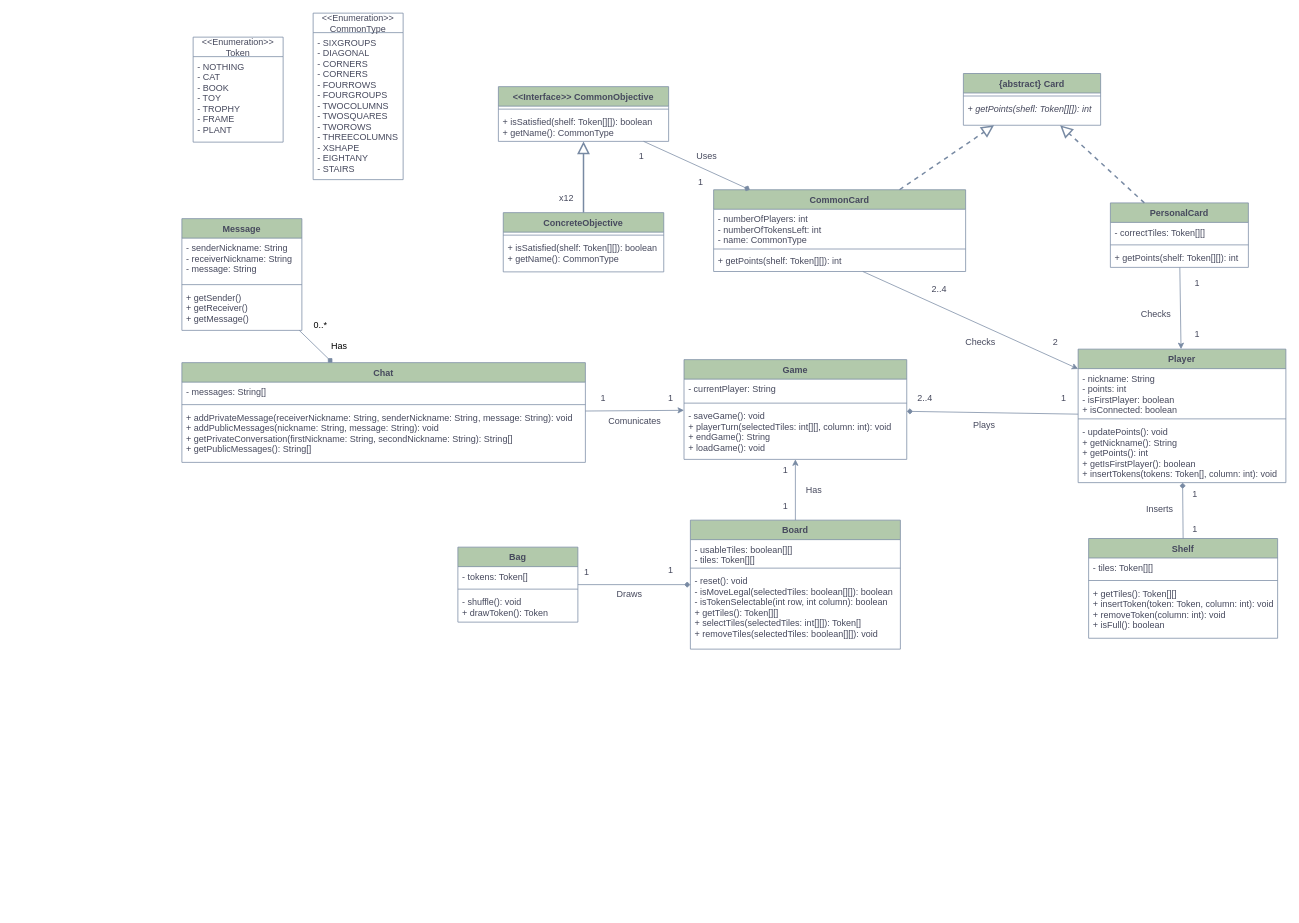
GabrieleGessaghi/ing-sw-2023-gessaghi-fontanive-giuliani-galante keeps this draw.io diagram as class_diagram.drawio. Above is the earlier version. Source tidied: cells renumbered, new cells numbered last; positions are measured from the earlier drawing's top-left corner, leaving out a move shared by most shapes. Both pictures are drawn from the tidied source at 75%, with x=0, y=0 at pixel (182, 13).
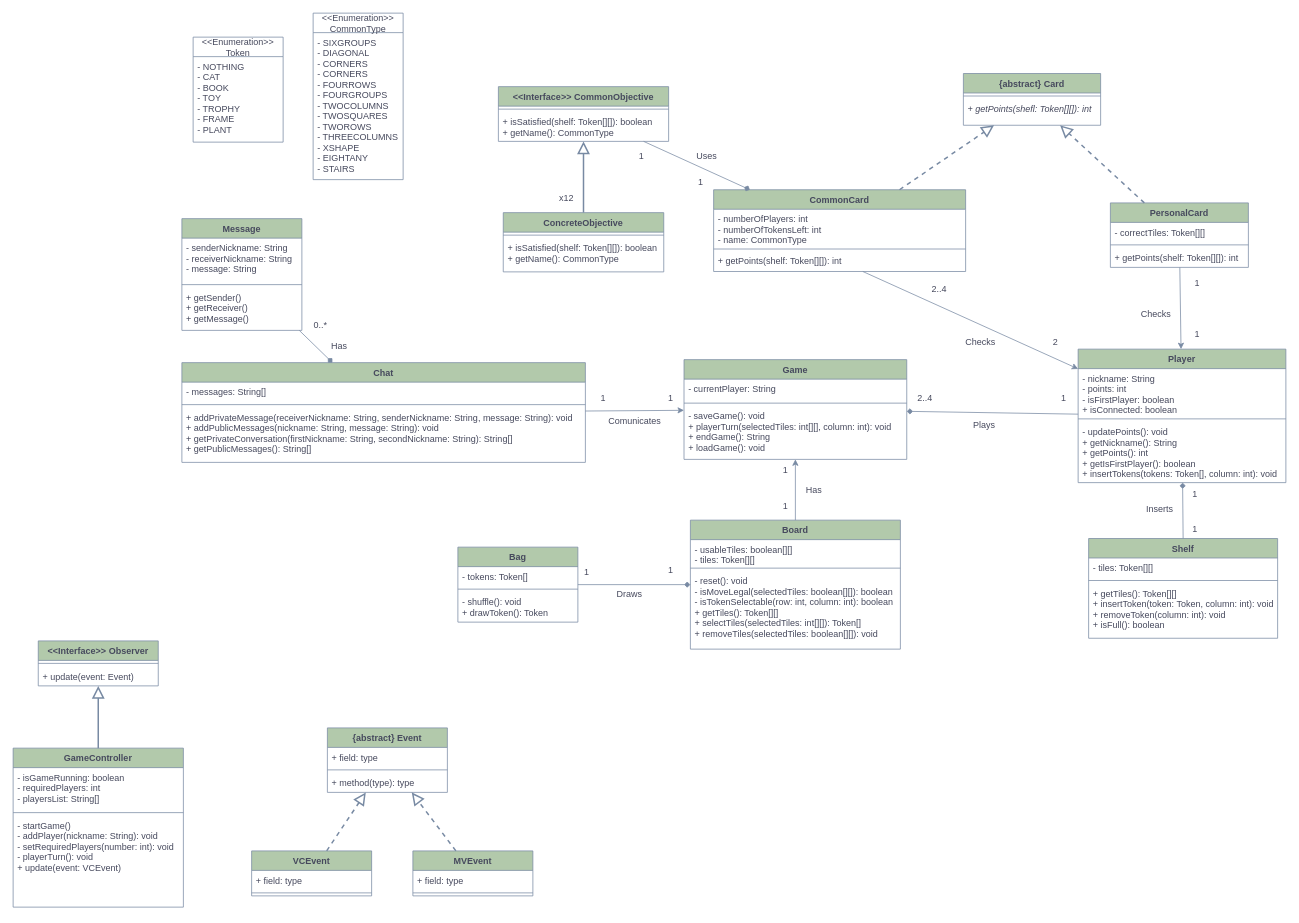
The same diagram, later.

Unchanged cells that the change refers to:
```xml
<mxCell id="16" value="Board" style="swimlane;fontStyle=1;align=center;verticalAlign=top;horizontal=1;startSize=26;labelBackgroundColor=none;fillColor=#B2C9AB;strokeColor=#788AA3;fontColor=#46495D;" parent="1" vertex="1">
  <mxGeometry x="678" y="676" width="280" height="172" as="geometry" />
</mxCell>
<mxCell id="74" value="Chat" style="swimlane;fontStyle=1;align=center;verticalAlign=top;horizontal=1;startSize=26;strokeColor=#788AA3;fontColor=#46495D;fillColor=#B2C9AB;labelBackgroundColor=none;" parent="1" vertex="1">
  <mxGeometry y="466" width="538" height="133" as="geometry" />
</mxCell>
<mxCell id="82" value="Message" style="swimlane;fontStyle=1;align=center;verticalAlign=top;horizontal=1;startSize=26;labelBackgroundColor=none;fillColor=#B2C9AB;strokeColor=#788AA3;fontColor=#46495D;" parent="1" vertex="1">
  <mxGeometry y="274" width="160" height="149" as="geometry" />
</mxCell>
```

What changed in the source:
```diff
@@
-    <mxCell id="19" value="- reset(): void&#10;- isMoveLegal(selectedTiles: boolean[][]): boolean&#10;- isTokenSelectable(int row, int column): boolean&#10;+ getTiles(): Token[][]&#10;+ selectTiles(selectedTiles: int[][]): Token[]&#10;+ removeTiles(selectedTiles: boolean[][]): void" style="text;strokeColor=none;fillColor=none;align=left;verticalAlign=top;spacingLeft=4;spacingRight=4;overflow=hidden;labelBackgroundColor=none;fontColor=#46495D;" parent="16" vertex="1">
+    <mxCell id="19" value="- reset(): void&#10;- isMoveLegal(selectedTiles: boolean[][]): boolean&#10;- isTokenSelectable(row: int, column: int): boolean&#10;+ getTiles(): Token[][]&#10;+ selectTiles(selectedTiles: int[][]): Token[]&#10;+ removeTiles(selectedTiles: boolean[][]): void" style="text;strokeColor=none;fillColor=none;align=left;verticalAlign=top;spacingLeft=4;spacingRight=4;overflow=hidden;labelBackgroundColor=none;fontColor=#46495D;" parent="16" vertex="1">
       <mxGeometry y="68" width="280" height="104" as="geometry" />
     </mxCell>
@@
-    <mxCell id="86" style="endArrow=diamond;html=1;rounded=0;strokeColor=#788AA3;fontColor=#46495D;fillColor=#B2C9AB;endFill=1;" parent="1" edge="1" source="82" target="74">
+    <mxCell id="86" style="endArrow=diamond;html=1;rounded=0;strokeColor=#788AA3;fontColor=default;fillColor=#B2C9AB;endFill=1;labelBackgroundColor=none;" parent="1" edge="1" source="82" target="74">
       <mxGeometry relative="1" as="geometry" />
     </mxCell>
@@
-    <mxCell id="89" value="Has" style="text;html=1;strokeColor=none;fillColor=none;align=center;verticalAlign=middle;whiteSpace=wrap;rounded=0;" parent="1" vertex="1">
+    <mxCell id="89" value="Has" style="text;html=1;strokeColor=none;fillColor=none;align=center;verticalAlign=middle;whiteSpace=wrap;rounded=0;labelBackgroundColor=none;fontColor=#46495D;" parent="1" vertex="1">
       <mxGeometry x="180" y="429" width="60" height="30" as="geometry" />
     </mxCell>
-    <mxCell id="90" value="0..*" style="text;html=1;strokeColor=none;fillColor=none;align=center;verticalAlign=middle;whiteSpace=wrap;rounded=0;" parent="1" vertex="1">
+    <mxCell id="90" value="0..*" style="text;html=1;strokeColor=none;fillColor=none;align=center;verticalAlign=middle;whiteSpace=wrap;rounded=0;labelBackgroundColor=none;fontColor=#46495D;" parent="1" vertex="1">
       <mxGeometry x="155" y="401" width="60" height="30" as="geometry" />
     </mxCell>
+    <mxCell id="91" value="GameController" style="swimlane;fontStyle=1;align=center;verticalAlign=top;horizontal=1;startSize=26;labelBackgroundColor=none;fillColor=#B2C9AB;strokeColor=#788AA3;fontColor=#46495D;" parent="1" vertex="1">
+      <mxGeometry x="-225" y="980" width="227" height="212" as="geometry" />
+    </mxCell>
+    <mxCell id="92" value="- isGameRunning: boolean&#10;- requiredPlayers: int&#10;- playersList: String[]" style="text;strokeColor=none;fillColor=none;align=left;verticalAlign=top;spacingLeft=4;spacingRight=4;overflow=hidden;labelBackgroundColor=none;fontColor=#46495D;" parent="91" vertex="1">
+      <mxGeometry y="26" width="227" height="56" as="geometry" />
+    </mxCell>
+    <mxCell id="93" style="line;strokeWidth=1;fillColor=none;align=left;verticalAlign=middle;spacingTop=-1;spacingLeft=3;spacingRight=3;labelPosition=right;strokeColor=#788AA3;labelBackgroundColor=none;fontColor=#46495D;" parent="91" vertex="1">
+      <mxGeometry y="82" width="227" height="8" as="geometry" />
+    </mxCell>
+    <mxCell id="94" value="- startGame()&#10;- addPlayer(nickname: String): void&#10;- setRequiredPlayers(number: int): void&#10;- playerTurn(): void&#10;+ update(event: VCEvent)" style="text;strokeColor=none;fillColor=none;align=left;verticalAlign=top;spacingLeft=4;spacingRight=4;overflow=hidden;labelBackgroundColor=none;fontColor=#46495D;" parent="91" vertex="1">
+      <mxGeometry y="90" width="227" height="122" as="geometry" />
+    </mxCell>
+    <mxCell id="95" value="&lt;&lt;Interface&gt;&gt; Observer" style="swimlane;fontStyle=1;align=center;verticalAlign=top;horizontal=1;startSize=26;strokeColor=#788AA3;fontColor=#46495D;fillColor=#B2C9AB;" parent="1" vertex="1">
+      <mxGeometry x="-191.5" y="837" width="160" height="60" as="geometry" />
+    </mxCell>
+    <mxCell id="96" style="line;strokeWidth=1;fillColor=none;align=left;verticalAlign=middle;spacingTop=-1;spacingLeft=3;spacingRight=3;labelPosition=right;strokeColor=inherit;fontColor=#46495D;" parent="95" vertex="1">
+      <mxGeometry y="26" width="160" height="8" as="geometry" />
+    </mxCell>
+    <mxCell id="97" value="+ update(event: Event)" style="text;strokeColor=none;fillColor=none;align=left;verticalAlign=top;spacingLeft=4;spacingRight=4;overflow=hidden;fontColor=#46495D;" parent="95" vertex="1">
+      <mxGeometry y="34" width="160" height="26" as="geometry" />
+    </mxCell>
+    <mxCell id="98" style="endArrow=block;endFill=0;endSize=12;html=1;rounded=0;strokeColor=#788AA3;fontColor=#46495D;fillColor=#B2C9AB;strokeWidth=2;" parent="1" edge="1" source="91" target="95">
+      <mxGeometry relative="1" as="geometry" />
+    </mxCell>
+    <mxCell id="99" value="VCEvent" style="swimlane;fontStyle=1;align=center;verticalAlign=top;horizontal=1;startSize=26;strokeColor=#788AA3;fontColor=#46495D;fillColor=#B2C9AB;" parent="1" vertex="1">
+      <mxGeometry x="93" y="1117" width="160" height="60" as="geometry" />
+    </mxCell>
+    <mxCell id="100" value="+ field: type" style="text;strokeColor=none;fillColor=none;align=left;verticalAlign=top;spacingLeft=4;spacingRight=4;overflow=hidden;fontColor=#46495D;" parent="99" vertex="1">
+      <mxGeometry y="26" width="160" height="26" as="geometry" />
+    </mxCell>
+    <mxCell id="101" style="line;strokeWidth=1;fillColor=none;align=left;verticalAlign=middle;spacingTop=-1;spacingLeft=3;spacingRight=3;labelPosition=right;strokeColor=inherit;fontColor=#46495D;" parent="99" vertex="1">
+      <mxGeometry y="52" width="160" height="8" as="geometry" />
+    </mxCell>
+    <mxCell id="102" value="MVEvent" style="swimlane;fontStyle=1;align=center;verticalAlign=top;horizontal=1;startSize=26;strokeColor=#788AA3;fontColor=#46495D;fillColor=#B2C9AB;" parent="1" vertex="1">
+      <mxGeometry x="308" y="1117" width="160" height="60" as="geometry" />
+    </mxCell>
+    <mxCell id="103" value="+ field: type" style="text;strokeColor=none;fillColor=none;align=left;verticalAlign=top;spacingLeft=4;spacingRight=4;overflow=hidden;fontColor=#46495D;" parent="102" vertex="1">
+      <mxGeometry y="26" width="160" height="26" as="geometry" />
+    </mxCell>
+    <mxCell id="104" style="line;strokeWidth=1;fillColor=none;align=left;verticalAlign=middle;spacingTop=-1;spacingLeft=3;spacingRight=3;labelPosition=right;strokeColor=inherit;fontColor=#46495D;" parent="102" vertex="1">
+      <mxGeometry y="52" width="160" height="8" as="geometry" />
+    </mxCell>
+    <mxCell id="105" style="endArrow=block;dashed=1;endFill=0;endSize=12;html=1;rounded=0;strokeColor=#788AA3;fontColor=default;fillColor=#B2C9AB;strokeWidth=2;labelBackgroundColor=none;" parent="1" edge="1" source="102" target="107">
+      <mxGeometry relative="1" as="geometry" />
+    </mxCell>
+    <mxCell id="106" style="endArrow=block;dashed=1;endFill=0;endSize=12;html=1;rounded=0;strokeColor=#788AA3;fontColor=default;fillColor=#B2C9AB;strokeWidth=2;labelBackgroundColor=none;" parent="1" edge="1" source="99" target="107">
+      <mxGeometry relative="1" as="geometry" />
+    </mxCell>
+    <mxCell id="107" value="{abstract} Event" style="swimlane;fontStyle=1;align=center;verticalAlign=top;horizontal=1;startSize=26;strokeColor=#788AA3;fontColor=#46495D;fillColor=#B2C9AB;" parent="1" vertex="1">
+      <mxGeometry x="194" y="953" width="160" height="86" as="geometry" />
+    </mxCell>
+    <mxCell id="108" value="+ field: type" style="text;strokeColor=none;fillColor=none;align=left;verticalAlign=top;spacingLeft=4;spacingRight=4;overflow=hidden;fontColor=#46495D;" parent="107" vertex="1">
+      <mxGeometry y="26" width="160" height="26" as="geometry" />
+    </mxCell>
+    <mxCell id="109" style="line;strokeWidth=1;fillColor=none;align=left;verticalAlign=middle;spacingTop=-1;spacingLeft=3;spacingRight=3;labelPosition=right;strokeColor=inherit;fontColor=#46495D;" parent="107" vertex="1">
+      <mxGeometry y="52" width="160" height="8" as="geometry" />
+    </mxCell>
+    <mxCell id="110" value="+ method(type): type" style="text;strokeColor=none;fillColor=none;align=left;verticalAlign=top;spacingLeft=4;spacingRight=4;overflow=hidden;fontColor=#46495D;" parent="107" vertex="1">
+      <mxGeometry y="60" width="160" height="26" as="geometry" />
+    </mxCell>
```
